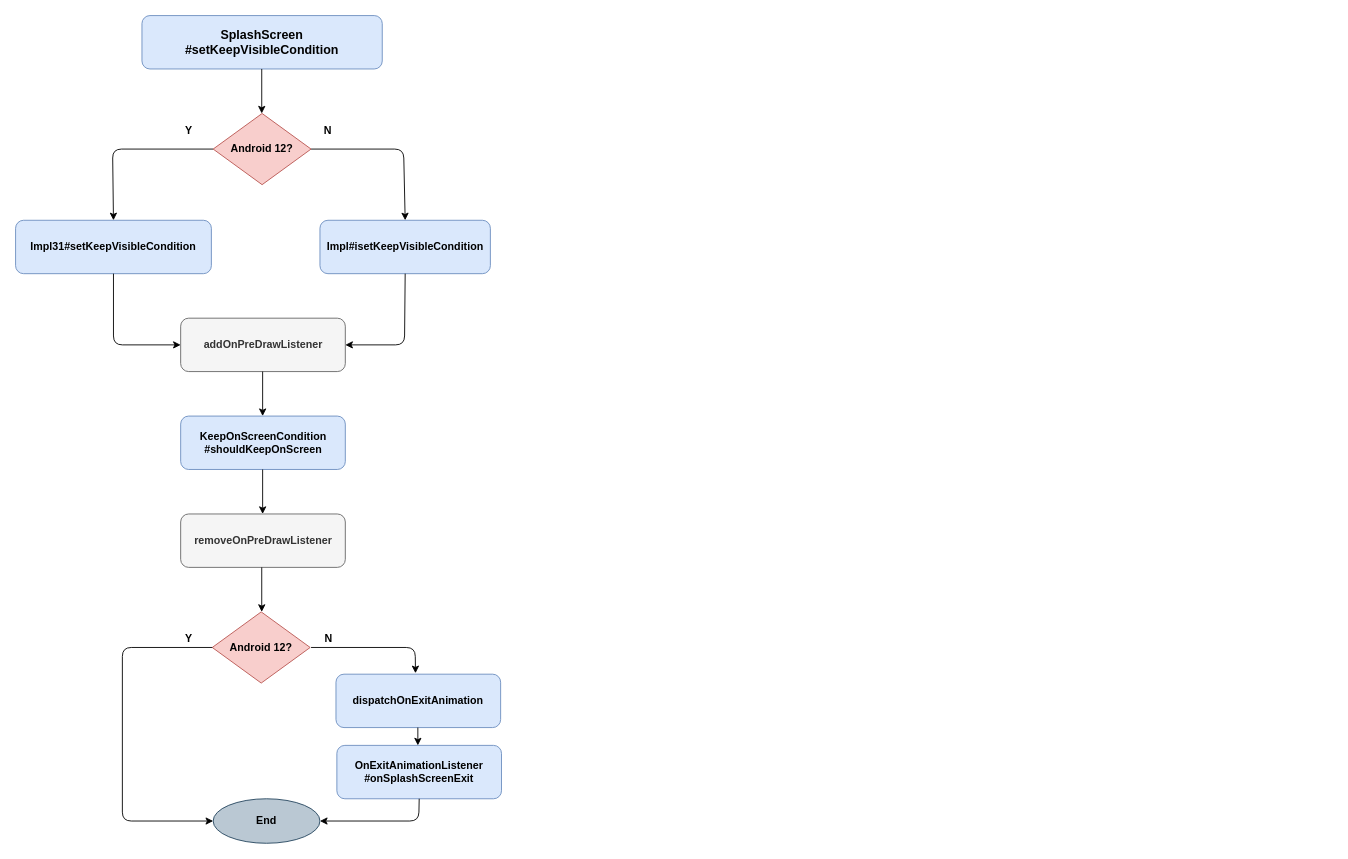
Earlier version of the draw.io diagram ss-condition-horizontal.drawio (ellisonchan/MineGraph). Source tidied: cells renumbered, new cells numbered last; positions are measured from the earlier drawing's top-left corner, leaving out a move shared by most shapes. Both pictures are drawn from the tidied source at 89%, with x=0, y=0 at pixel (15, 15).
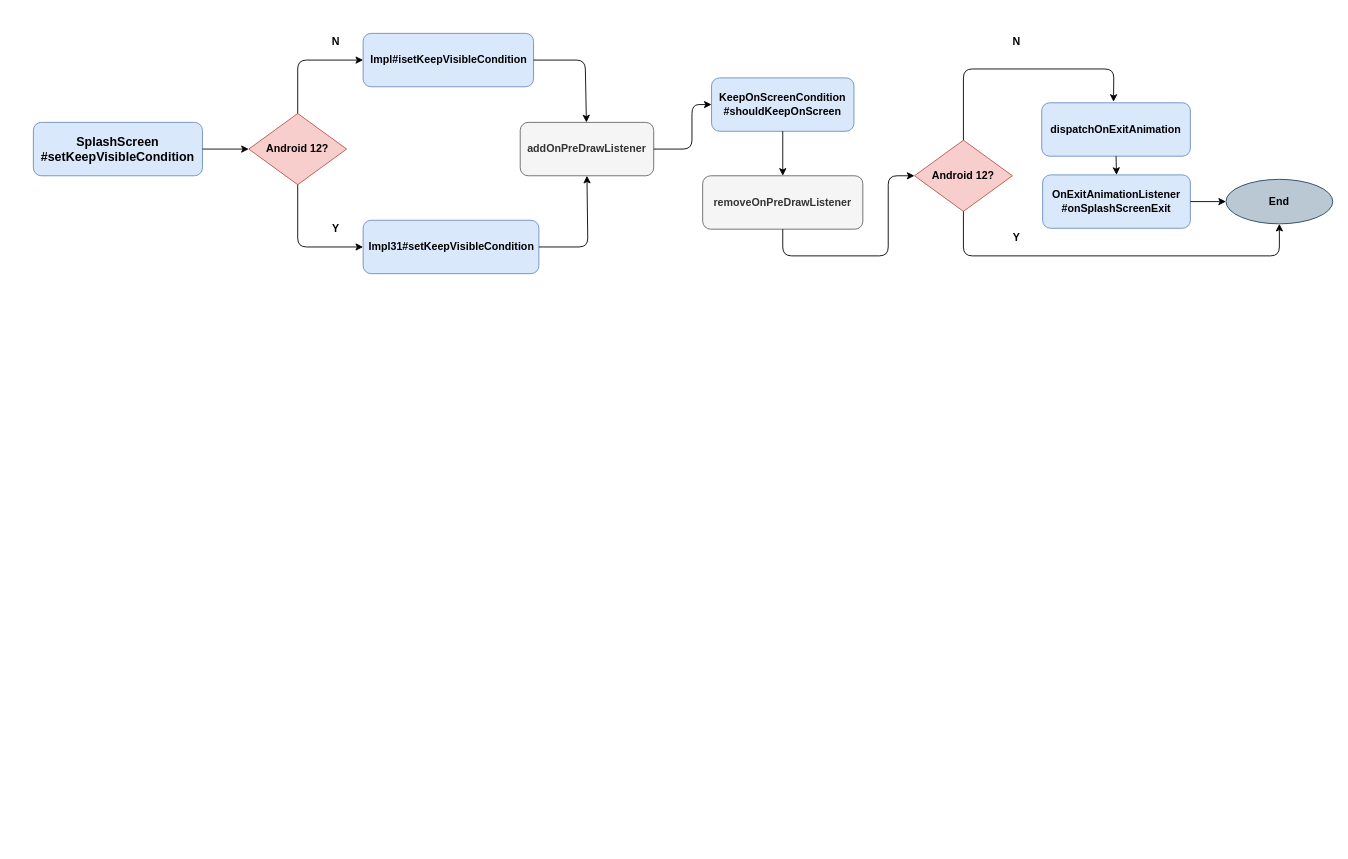
After the change.

What changed in the source:
```diff
@@
     <mxCell id="2" value="&lt;div&gt;&lt;font style=&quot;font-size: 14px&quot;&gt;SplashScreen&lt;/font&gt;&lt;/div&gt;&lt;div&gt;&lt;font style=&quot;font-size: 14px&quot;&gt;#&lt;/font&gt;&lt;span style=&quot;font-size: 14px&quot;&gt;setKeepVisibleCondition&lt;/span&gt;&lt;/div&gt;" style="rounded=1;whiteSpace=wrap;html=1;fillColor=#dae8fc;strokeColor=#6c8ebf;align=center;fontStyle=1;" parent="1" vertex="1">
-      <mxGeometry x="142" width="270" height="60" as="geometry" />
+      <mxGeometry x="20" y="120" width="190" height="60" as="geometry" />
     </mxCell>
     <mxCell id="3" value="Impl31#setKeepVisibleCondition" style="rounded=1;whiteSpace=wrap;html=1;fillColor=#dae8fc;strokeColor=#6c8ebf;fontStyle=1;" parent="1" vertex="1">
-      <mxGeometry y="230" width="220" height="60" as="geometry" />
+      <mxGeometry x="390.5" y="230" width="197.5" height="60" as="geometry" />
     </mxCell>
     <mxCell id="4" value="Android 12?" style="rhombus;whiteSpace=wrap;html=1;fillColor=#f8cecc;strokeColor=#b85450;fontStyle=1;" parent="1" vertex="1">
-      <mxGeometry x="222" y="110" width="110" height="80" as="geometry" />
+      <mxGeometry x="262" y="110" width="110" height="80" as="geometry" />
     </mxCell>
-    <mxCell id="5" style="endArrow=classic;html=1;exitX=0.5;exitY=1;exitDx=0;exitDy=0;fontStyle=1;" parent="1" edge="1">
-      <mxGeometry relative="1" as="geometry">
-        <mxPoint x="276.6" y="60" as="sourcePoint" />
-        <mxPoint x="276.6" y="110" as="targetPoint" />
-      </mxGeometry>
+    <mxCell id="5" style="endArrow=classic;html=1;exitX=1;exitY=0.5;exitDx=0;exitDy=0;fontStyle=1;entryX=0;entryY=0.5;entryDx=0;entryDy=0;" parent="1" edge="1" source="2" target="4">
+      <mxGeometry relative="1" as="geometry" />
     </mxCell>
     <mxCell id="6" value="Y" style="text;html=1;strokeColor=none;fillColor=none;align=center;verticalAlign=middle;whiteSpace=wrap;rounded=0;fontStyle=1;" parent="1" vertex="1">
-      <mxGeometry x="174.5" y="120" width="40" height="20" as="geometry" />
+      <mxGeometry x="340" y="230" width="40" height="20" as="geometry" />
     </mxCell>
     <mxCell id="7" value="N" style="text;html=1;strokeColor=none;fillColor=none;align=center;verticalAlign=middle;whiteSpace=wrap;rounded=0;fontStyle=1;" parent="1" vertex="1">
-      <mxGeometry x="330.5" y="120" width="40" height="20" as="geometry" />
+      <mxGeometry x="340" y="20" width="40" height="20" as="geometry" />
     </mxCell>
     <mxCell id="8" value="Impl#isetKeepVisibleCondition" style="rounded=1;whiteSpace=wrap;html=1;fillColor=#dae8fc;strokeColor=#6c8ebf;fontStyle=1;" parent="1" vertex="1">
-      <mxGeometry x="342" y="230" width="191.5" height="60" as="geometry" />
+      <mxGeometry x="390.5" y="20" width="191.5" height="60" as="geometry" />
     </mxCell>
     <mxCell id="9" value="addOnPreDrawListener" style="rounded=1;whiteSpace=wrap;html=1;fillColor=#f5f5f5;strokeColor=#666666;fontColor=#333333;fontStyle=1;" parent="1" vertex="1">
-      <mxGeometry x="185.5" y="340" width="185" height="60" as="geometry" />
+      <mxGeometry x="567" y="120" width="150" height="60" as="geometry" />
     </mxCell>
     <mxCell id="10" value="KeepOnScreenCondition&lt;br&gt;#shouldKeepOnScreen" style="rounded=1;whiteSpace=wrap;html=1;fillColor=#dae8fc;strokeColor=#6c8ebf;fontStyle=1;" parent="1" vertex="1">
-      <mxGeometry x="185.5" y="450" width="185" height="60" as="geometry" />
+      <mxGeometry x="782" y="70" width="160" height="60" as="geometry" />
     </mxCell>
-    <mxCell id="11" style="endArrow=classic;html=1;exitX=0;exitY=0.5;exitDx=0;exitDy=0;entryX=0.5;entryY=0;entryDx=0;entryDy=0;fontStyle=1;" parent="1" edge="1" source="4" target="3">
+    <mxCell id="11" style="endArrow=classic;html=1;exitX=0.5;exitY=1;exitDx=0;exitDy=0;entryX=0;entryY=0.5;entryDx=0;entryDy=0;fontStyle=1;" parent="1" edge="1" source="4" target="3">
       <mxGeometry relative="1" as="geometry">
         <Array as="points">
-          <mxPoint x="109" y="150" />
+          <mxPoint x="317" y="260" />
         </Array>
       </mxGeometry>
     </mxCell>
-    <mxCell id="12" style="endArrow=classic;html=1;exitX=0.5;exitY=1;exitDx=0;exitDy=0;entryX=0;entryY=0.5;entryDx=0;entryDy=0;fontStyle=1;" parent="1" edge="1" source="3" target="9">
+    <mxCell id="12" style="endArrow=classic;html=1;exitX=1;exitY=0.5;exitDx=0;exitDy=0;entryX=0.5;entryY=1;entryDx=0;entryDy=0;fontStyle=1;" parent="1" edge="1" source="3" target="9">
       <mxGeometry relative="1" as="geometry">
         <Array as="points">
-          <mxPoint x="110" y="370" />
+          <mxPoint x="643" y="260" />
         </Array>
       </mxGeometry>
     </mxCell>
-    <mxCell id="13" style="endArrow=classic;html=1;entryX=1;entryY=0.5;entryDx=0;entryDy=0;exitX=0.5;exitY=1;exitDx=0;exitDy=0;fontStyle=1;" parent="1" edge="1" source="8" target="9">
+    <mxCell id="13" style="endArrow=classic;html=1;exitX=1;exitY=0.5;exitDx=0;exitDy=0;fontStyle=1;" parent="1" edge="1" source="8" target="9">
       <mxGeometry relative="1" as="geometry">
         <Array as="points">
-          <mxPoint x="437" y="370" />
+          <mxPoint x="640" y="50" />
         </Array>
       </mxGeometry>
     </mxCell>
-    <mxCell id="14" style="endArrow=classic;html=1;exitX=0.5;exitY=1;exitDx=0;exitDy=0;fontStyle=1;" parent="1" edge="1">
+    <mxCell id="14" style="endArrow=classic;html=1;exitX=1;exitY=0.5;exitDx=0;exitDy=0;fontStyle=1;entryX=0;entryY=0.5;entryDx=0;entryDy=0;" parent="1" edge="1" source="9" target="10">
       <mxGeometry relative="1" as="geometry">
-        <mxPoint x="277.6" y="400" as="sourcePoint" />
-        <mxPoint x="277.6" y="450" as="targetPoint" />
+        <Array as="points">
+          <mxPoint x="760" y="150" />
+          <mxPoint x="760" y="100" />
+        </Array>
       </mxGeometry>
     </mxCell>
     <mxCell id="15" value="removeOnPreDrawListener" style="rounded=1;whiteSpace=wrap;html=1;fillColor=#f5f5f5;strokeColor=#666666;fontColor=#333333;fontStyle=1;" parent="1" vertex="1">
-      <mxGeometry x="185.5" y="560" width="185" height="60" as="geometry" />
+      <mxGeometry x="772" y="180" width="180" height="60" as="geometry" />
     </mxCell>
-    <mxCell id="16" style="endArrow=classic;html=1;exitX=0.5;exitY=1;exitDx=0;exitDy=0;fontStyle=1;" parent="1" edge="1">
-      <mxGeometry relative="1" as="geometry">
-        <mxPoint x="277.6" y="510" as="sourcePoint" />
-        <mxPoint x="277.6" y="560" as="targetPoint" />
-      </mxGeometry>
-    </mxCell>
-    <mxCell id="17" style="endArrow=classic;html=1;exitX=1;exitY=0.5;exitDx=0;exitDy=0;entryX=0.5;entryY=0;entryDx=0;entryDy=0;fontStyle=1;" parent="1" edge="1" source="4" target="8">
+    <mxCell id="17" style="endArrow=classic;html=1;entryX=0;entryY=0.5;entryDx=0;entryDy=0;fontStyle=1;exitX=0.5;exitY=0;exitDx=0;exitDy=0;" parent="1" edge="1" source="4" target="8">
       <mxGeometry relative="1" as="geometry">
         <Array as="points">
-          <mxPoint x="436" y="150" />
+          <mxPoint x="317" y="50" />
         </Array>
       </mxGeometry>
     </mxCell>
     <mxCell id="18" value="Android 12?" style="rhombus;whiteSpace=wrap;html=1;fillColor=#f8cecc;strokeColor=#b85450;fontStyle=1;" parent="1" vertex="1">
-      <mxGeometry x="221" y="670" width="110" height="80" as="geometry" />
+      <mxGeometry x="1010" y="140" width="110" height="80" as="geometry" />
     </mxCell>
-    <mxCell id="19" style="endArrow=classic;html=1;exitX=0.5;exitY=1;exitDx=0;exitDy=0;fontStyle=1;" parent="1" edge="1">
+    <mxCell id="19" style="endArrow=classic;html=1;fontStyle=1;entryX=0;entryY=0.5;entryDx=0;entryDy=0;exitX=0.5;exitY=1;exitDx=0;exitDy=0;" parent="1" edge="1" source="15" target="18">
       <mxGeometry relative="1" as="geometry">
-        <mxPoint x="276.6" y="620" as="sourcePoint" />
-        <mxPoint x="276.6" y="670" as="targetPoint" />
+        <Array as="points">
+          <mxPoint x="862" y="270" />
+          <mxPoint x="980.5" y="270" />
+          <mxPoint x="980.5" y="180" />
+        </Array>
       </mxGeometry>
     </mxCell>
     <mxCell id="20" value="N" style="text;html=1;strokeColor=none;fillColor=none;align=center;verticalAlign=middle;whiteSpace=wrap;rounded=0;fontStyle=1;" parent="1" vertex="1">
-      <mxGeometry x="332" y="690" width="40" height="20" as="geometry" />
+      <mxGeometry x="1105" y="20" width="40" height="20" as="geometry" />
     </mxCell>
     <mxCell id="21" value="dispatchOnExitAnimation" style="rounded=1;whiteSpace=wrap;html=1;fillColor=#dae8fc;strokeColor=#6c8ebf;fontStyle=1;" parent="1" vertex="1">
-      <mxGeometry x="360" y="740" width="185" height="60" as="geometry" />
+      <mxGeometry x="1153" y="98" width="167" height="60" as="geometry" />
     </mxCell>
     <mxCell id="22" value="OnExitAnimationListener&lt;br&gt;#onSplashScreenExit" style="rounded=1;whiteSpace=wrap;html=1;fillColor=#dae8fc;strokeColor=#6c8ebf;fontStyle=1;" parent="1" vertex="1">
-      <mxGeometry x="361" y="820" width="185" height="60" as="geometry" />
+      <mxGeometry x="1154" y="179" width="166" height="60" as="geometry" />
     </mxCell>
-    <mxCell id="23" style="endArrow=classic;html=1;exitX=0;exitY=0.5;exitDx=0;exitDy=0;entryX=0;entryY=0.5;entryDx=0;entryDy=0;fontStyle=1;" parent="1" edge="1" target="25">
+    <mxCell id="23" style="endArrow=classic;html=1;exitX=0.5;exitY=1;exitDx=0;exitDy=0;entryX=0.5;entryY=1;entryDx=0;entryDy=0;fontStyle=1;" parent="1" edge="1" source="18" target="25">
       <mxGeometry relative="1" as="geometry">
-        <mxPoint x="221" y="710" as="sourcePoint" />
         <Array as="points">
-          <mxPoint x="120" y="710" />
-          <mxPoint x="120" y="905" />
+          <mxPoint x="1065" y="270" />
+          <mxPoint x="1420" y="270" />
         </Array>
       </mxGeometry>
     </mxCell>
     <mxCell id="24" value="Y" style="text;html=1;strokeColor=none;fillColor=none;align=center;verticalAlign=middle;whiteSpace=wrap;rounded=0;fontStyle=1;" parent="1" vertex="1">
-      <mxGeometry x="174.5" y="690" width="40" height="20" as="geometry" />
+      <mxGeometry x="1105" y="240" width="40" height="20" as="geometry" />
     </mxCell>
     <mxCell id="25" value="End" style="ellipse;whiteSpace=wrap;html=1;fillColor=#bac8d3;strokeColor=#23445d;fontStyle=1;" parent="1" vertex="1">
-      <mxGeometry x="222" y="880" width="120" height="50" as="geometry" />
+      <mxGeometry x="1360" y="184" width="120" height="50" as="geometry" />
     </mxCell>
-    <mxCell id="26" style="endArrow=classic;html=1;fontStyle=1;" parent="1" edge="1">
-      <mxGeometry relative="1" as="geometry">
-        <mxPoint x="452" y="800" as="sourcePoint" />
-        <mxPoint x="452" y="820" as="targetPoint" />
-      </mxGeometry>
+    <mxCell id="26" style="endArrow=classic;html=1;fontStyle=1;exitX=0.5;exitY=1;exitDx=0;exitDy=0;entryX=0.5;entryY=0;entryDx=0;entryDy=0;" parent="1" edge="1" source="21" target="22">
+      <mxGeometry relative="1" as="geometry" />
     </mxCell>
-    <mxCell id="27" style="endArrow=classic;html=1;exitX=0.5;exitY=1;exitDx=0;exitDy=0;entryX=0.483;entryY=-0.018;entryDx=0;entryDy=0;entryPerimeter=0;fontStyle=1;" parent="1" edge="1" target="21">
+    <mxCell id="27" style="endArrow=classic;html=1;exitX=0.5;exitY=0;exitDx=0;exitDy=0;entryX=0.483;entryY=-0.018;entryDx=0;entryDy=0;entryPerimeter=0;fontStyle=1;" parent="1" edge="1" source="18" target="21">
       <mxGeometry relative="1" as="geometry">
-        <mxPoint x="332" y="710" as="sourcePoint" />
         <Array as="points">
-          <mxPoint x="449" y="710" />
+          <mxPoint x="1065" y="60" />
+          <mxPoint x="1234" y="60" />
         </Array>
       </mxGeometry>
     </mxCell>
-    <mxCell id="28" style="endArrow=classic;html=1;entryX=1;entryY=0.5;entryDx=0;entryDy=0;exitX=0.5;exitY=1;exitDx=0;exitDy=0;fontStyle=1;" parent="1" edge="1" source="22" target="25">
-      <mxGeometry relative="1" as="geometry">
-        <Array as="points">
-          <mxPoint x="453" y="905" />
-        </Array>
-      </mxGeometry>
+    <mxCell id="28" style="endArrow=classic;html=1;entryX=0;entryY=0.5;entryDx=0;entryDy=0;exitX=1;exitY=0.5;exitDx=0;exitDy=0;fontStyle=1;" parent="1" edge="1" source="22" target="25">
+      <mxGeometry relative="1" as="geometry" />
     </mxCell>
+    <mxCell id="29" style="endArrow=classic;html=1;fontStyle=1;entryX=0.5;entryY=0;entryDx=0;entryDy=0;exitX=0.5;exitY=1;exitDx=0;exitDy=0;" parent="1" edge="1" source="10" target="15">
+      <mxGeometry relative="1" as="geometry" />
+    </mxCell>
```
